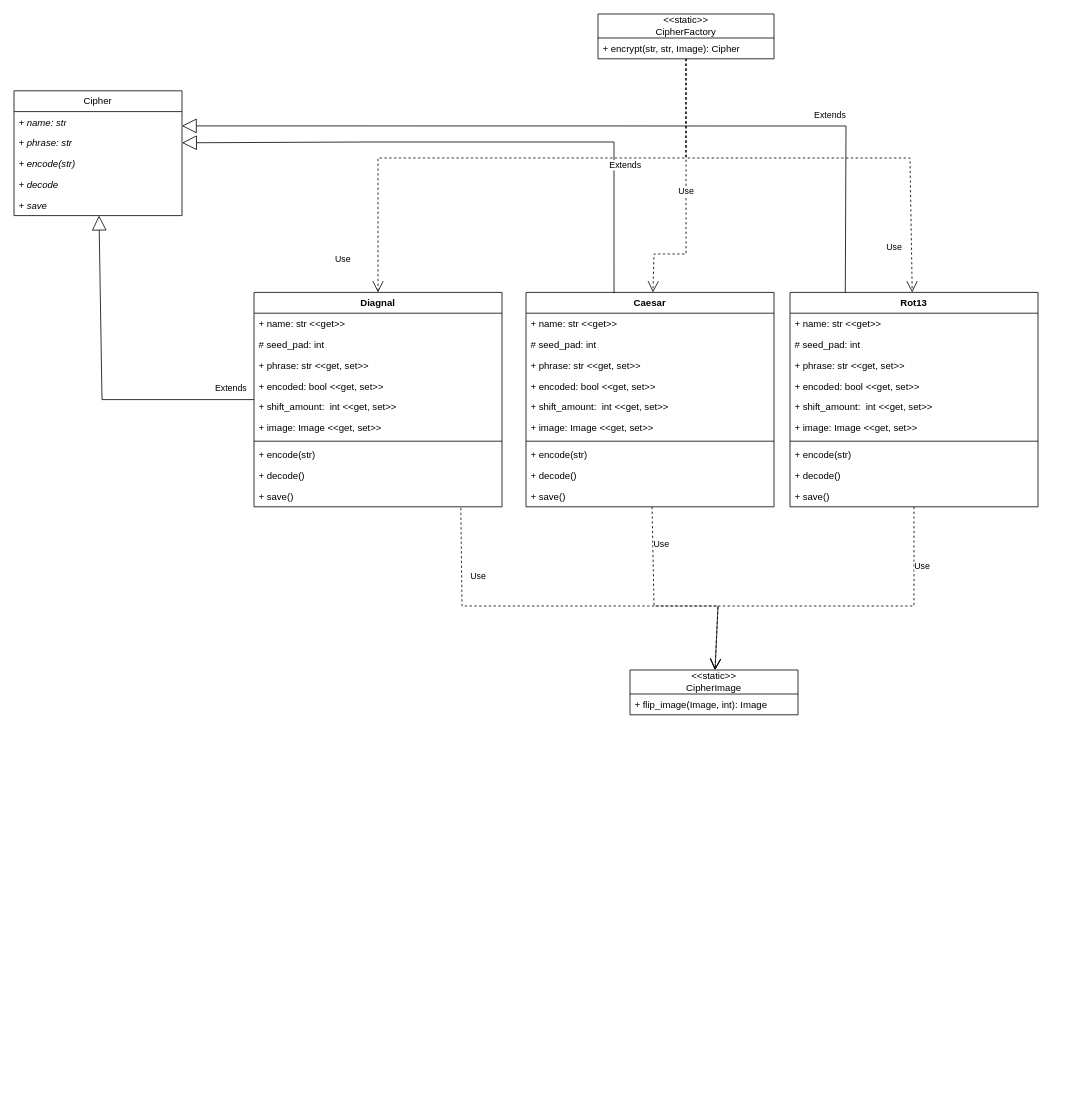
Before: Uml.drawio in jessebabcock/cryptogram, a draw.io diagram. Source tidied: cells renumbered, new cells numbered last; positions are measured from the earlier drawing's top-left corner, leaving out a move shared by most shapes. Both pictures are drawn from the tidied source at 80%, with x=0, y=0 at pixel (14, 14).
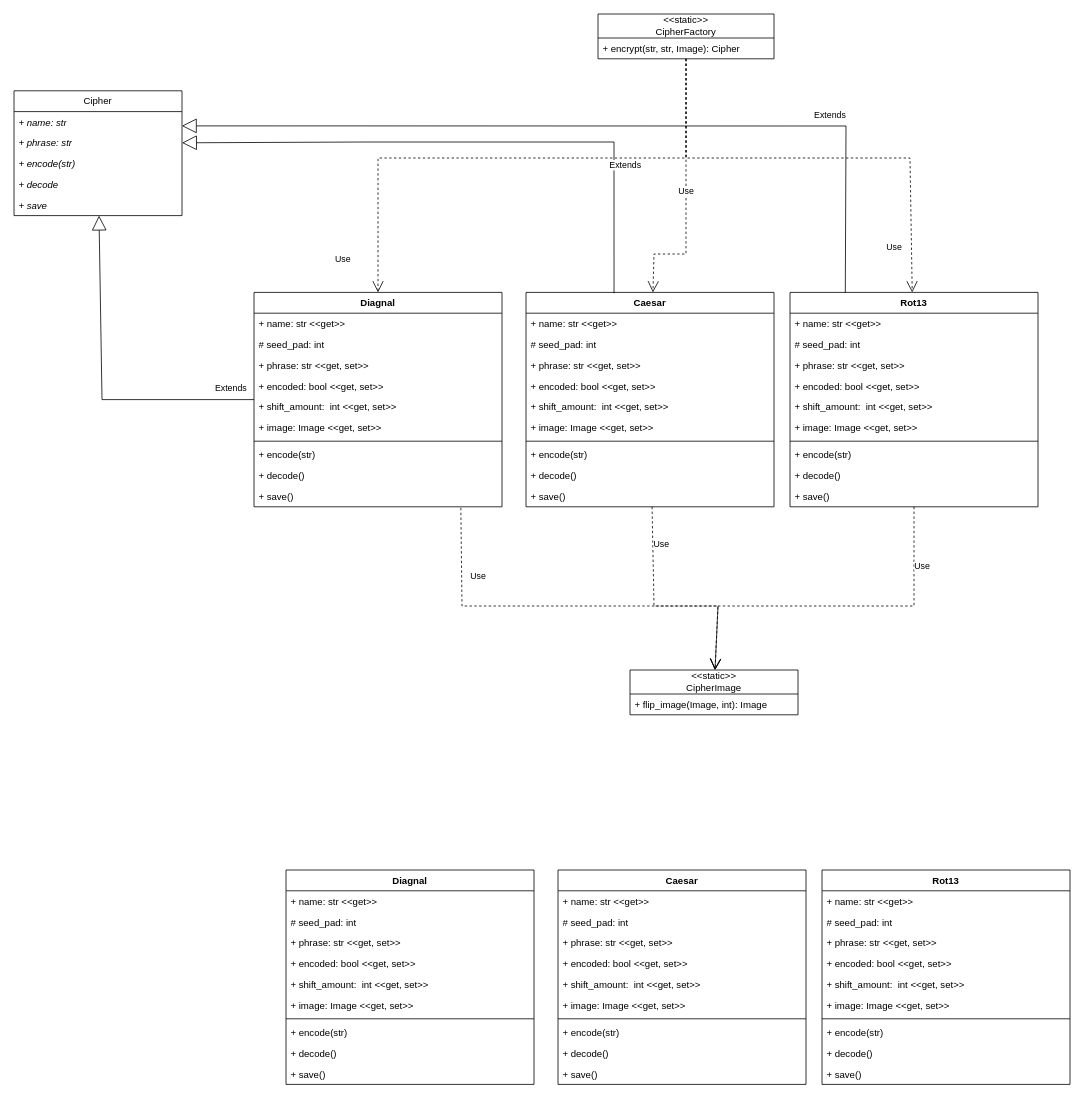
The same diagram, later.

The edit, as a diff of the source:
```diff
@@
+    <mxCell id="54" value="Rot13" style="swimlane;fontStyle=1;align=center;verticalAlign=top;horizontal=1;startSize=26;whiteSpace=wrap;html=1;" parent="1" vertex="1">
+      <mxGeometry x="1010" y="1070" width="310" height="268" as="geometry" />
+    </mxCell>
+    <mxCell id="55" value="+ name: str &amp;lt;&amp;lt;get&amp;gt;&amp;gt;" style="text;strokeColor=none;fillColor=none;align=left;verticalAlign=top;spacingLeft=4;spacingRight=4;overflow=hidden;whiteSpace=wrap;html=1;" parent="54" vertex="1">
+      <mxGeometry y="26" width="310" height="26" as="geometry" />
+    </mxCell>
+    <mxCell id="56" value="# seed_pad: int" style="text;strokeColor=none;fillColor=none;align=left;verticalAlign=top;spacingLeft=4;spacingRight=4;overflow=hidden;whiteSpace=wrap;html=1;" parent="54" vertex="1">
+      <mxGeometry y="52" width="310" height="26" as="geometry" />
+    </mxCell>
+    <mxCell id="57" value="+ phrase: str &amp;lt;&amp;lt;get, set&amp;gt;&amp;gt;" style="text;strokeColor=none;fillColor=none;align=left;verticalAlign=top;spacingLeft=4;spacingRight=4;overflow=hidden;whiteSpace=wrap;html=1;" parent="54" vertex="1">
+      <mxGeometry y="78" width="310" height="26" as="geometry" />
+    </mxCell>
+    <mxCell id="58" value="+ encoded: bool &amp;lt;&amp;lt;get, set&amp;gt;&amp;gt;" style="text;strokeColor=none;fillColor=none;align=left;verticalAlign=top;spacingLeft=4;spacingRight=4;overflow=hidden;whiteSpace=wrap;html=1;" parent="54" vertex="1">
+      <mxGeometry y="104" width="310" height="26" as="geometry" />
+    </mxCell>
+    <mxCell id="59" value="+ shift_amount:&amp;nbsp; int &amp;lt;&amp;lt;get, set&amp;gt;&amp;gt;" style="text;strokeColor=none;fillColor=none;align=left;verticalAlign=top;spacingLeft=4;spacingRight=4;overflow=hidden;whiteSpace=wrap;html=1;" parent="54" vertex="1">
+      <mxGeometry y="130" width="310" height="26" as="geometry" />
+    </mxCell>
+    <mxCell id="60" value="+ image: Image &amp;lt;&amp;lt;get, set&amp;gt;&amp;gt;" style="text;strokeColor=none;fillColor=none;align=left;verticalAlign=top;spacingLeft=4;spacingRight=4;overflow=hidden;whiteSpace=wrap;html=1;" parent="54" vertex="1">
+      <mxGeometry y="156" width="310" height="26" as="geometry" />
+    </mxCell>
+    <mxCell id="61" style="line;strokeWidth=1;fillColor=none;align=left;verticalAlign=middle;spacingTop=-1;spacingLeft=3;spacingRight=3;labelPosition=right;strokeColor=inherit;" parent="54" vertex="1">
+      <mxGeometry y="182" width="310" height="8" as="geometry" />
+    </mxCell>
+    <mxCell id="62" value="+ encode(str)" style="text;strokeColor=none;fillColor=none;align=left;verticalAlign=top;spacingLeft=4;spacingRight=4;overflow=hidden;whiteSpace=wrap;html=1;" parent="54" vertex="1">
+      <mxGeometry y="190" width="310" height="26" as="geometry" />
+    </mxCell>
+    <mxCell id="63" value="+ decode()" style="text;strokeColor=none;fillColor=none;align=left;verticalAlign=top;spacingLeft=4;spacingRight=4;overflow=hidden;whiteSpace=wrap;html=1;" parent="54" vertex="1">
+      <mxGeometry y="216" width="310" height="26" as="geometry" />
+    </mxCell>
+    <mxCell id="64" value="+ save()" style="text;strokeColor=none;fillColor=none;align=left;verticalAlign=top;spacingLeft=4;spacingRight=4;overflow=hidden;whiteSpace=wrap;html=1;" parent="54" vertex="1">
+      <mxGeometry y="242" width="310" height="26" as="geometry" />
+    </mxCell>
+    <mxCell id="65" value="Caesar" style="swimlane;fontStyle=1;align=center;verticalAlign=top;horizontal=1;startSize=26;whiteSpace=wrap;html=1;" parent="1" vertex="1">
+      <mxGeometry x="680" y="1070" width="310" height="268" as="geometry" />
+    </mxCell>
+    <mxCell id="66" value="+ name: str &amp;lt;&amp;lt;get&amp;gt;&amp;gt;" style="text;strokeColor=none;fillColor=none;align=left;verticalAlign=top;spacingLeft=4;spacingRight=4;overflow=hidden;whiteSpace=wrap;html=1;" parent="65" vertex="1">
+      <mxGeometry y="26" width="310" height="26" as="geometry" />
+    </mxCell>
+    <mxCell id="67" value="# seed_pad: int" style="text;strokeColor=none;fillColor=none;align=left;verticalAlign=top;spacingLeft=4;spacingRight=4;overflow=hidden;whiteSpace=wrap;html=1;" parent="65" vertex="1">
+      <mxGeometry y="52" width="310" height="26" as="geometry" />
+    </mxCell>
+    <mxCell id="68" value="+ phrase: str &amp;lt;&amp;lt;get, set&amp;gt;&amp;gt;" style="text;strokeColor=none;fillColor=none;align=left;verticalAlign=top;spacingLeft=4;spacingRight=4;overflow=hidden;whiteSpace=wrap;html=1;" parent="65" vertex="1">
+      <mxGeometry y="78" width="310" height="26" as="geometry" />
+    </mxCell>
+    <mxCell id="69" value="+ encoded: bool &amp;lt;&amp;lt;get, set&amp;gt;&amp;gt;" style="text;strokeColor=none;fillColor=none;align=left;verticalAlign=top;spacingLeft=4;spacingRight=4;overflow=hidden;whiteSpace=wrap;html=1;" parent="65" vertex="1">
+      <mxGeometry y="104" width="310" height="26" as="geometry" />
+    </mxCell>
+    <mxCell id="70" value="+ shift_amount:&amp;nbsp; int &amp;lt;&amp;lt;get, set&amp;gt;&amp;gt;" style="text;strokeColor=none;fillColor=none;align=left;verticalAlign=top;spacingLeft=4;spacingRight=4;overflow=hidden;whiteSpace=wrap;html=1;" parent="65" vertex="1">
+      <mxGeometry y="130" width="310" height="26" as="geometry" />
+    </mxCell>
+    <mxCell id="71" value="+ image: Image &amp;lt;&amp;lt;get, set&amp;gt;&amp;gt;" style="text;strokeColor=none;fillColor=none;align=left;verticalAlign=top;spacingLeft=4;spacingRight=4;overflow=hidden;whiteSpace=wrap;html=1;" parent="65" vertex="1">
+      <mxGeometry y="156" width="310" height="26" as="geometry" />
+    </mxCell>
+    <mxCell id="72" style="line;strokeWidth=1;fillColor=none;align=left;verticalAlign=middle;spacingTop=-1;spacingLeft=3;spacingRight=3;labelPosition=right;strokeColor=inherit;" parent="65" vertex="1">
+      <mxGeometry y="182" width="310" height="8" as="geometry" />
+    </mxCell>
+    <mxCell id="73" value="+ encode(str)" style="text;strokeColor=none;fillColor=none;align=left;verticalAlign=top;spacingLeft=4;spacingRight=4;overflow=hidden;whiteSpace=wrap;html=1;" parent="65" vertex="1">
+      <mxGeometry y="190" width="310" height="26" as="geometry" />
+    </mxCell>
+    <mxCell id="74" value="+ decode()" style="text;strokeColor=none;fillColor=none;align=left;verticalAlign=top;spacingLeft=4;spacingRight=4;overflow=hidden;whiteSpace=wrap;html=1;" parent="65" vertex="1">
+      <mxGeometry y="216" width="310" height="26" as="geometry" />
+    </mxCell>
+    <mxCell id="75" value="+ save()" style="text;strokeColor=none;fillColor=none;align=left;verticalAlign=top;spacingLeft=4;spacingRight=4;overflow=hidden;whiteSpace=wrap;html=1;" parent="65" vertex="1">
+      <mxGeometry y="242" width="310" height="26" as="geometry" />
+    </mxCell>
+    <mxCell id="76" value="Diagnal" style="swimlane;fontStyle=1;align=center;verticalAlign=top;horizontal=1;startSize=26;whiteSpace=wrap;html=1;" parent="1" vertex="1">
+      <mxGeometry x="340" y="1070" width="310" height="268" as="geometry" />
+    </mxCell>
+    <mxCell id="77" value="+ name: str &amp;lt;&amp;lt;get&amp;gt;&amp;gt;" style="text;strokeColor=none;fillColor=none;align=left;verticalAlign=top;spacingLeft=4;spacingRight=4;overflow=hidden;whiteSpace=wrap;html=1;" parent="76" vertex="1">
+      <mxGeometry y="26" width="310" height="26" as="geometry" />
+    </mxCell>
+    <mxCell id="78" value="# seed_pad: int" style="text;strokeColor=none;fillColor=none;align=left;verticalAlign=top;spacingLeft=4;spacingRight=4;overflow=hidden;whiteSpace=wrap;html=1;" parent="76" vertex="1">
+      <mxGeometry y="52" width="310" height="26" as="geometry" />
+    </mxCell>
+    <mxCell id="79" value="+ phrase: str &amp;lt;&amp;lt;get, set&amp;gt;&amp;gt;" style="text;strokeColor=none;fillColor=none;align=left;verticalAlign=top;spacingLeft=4;spacingRight=4;overflow=hidden;whiteSpace=wrap;html=1;" parent="76" vertex="1">
+      <mxGeometry y="78" width="310" height="26" as="geometry" />
+    </mxCell>
+    <mxCell id="80" value="+ encoded: bool &amp;lt;&amp;lt;get, set&amp;gt;&amp;gt;" style="text;strokeColor=none;fillColor=none;align=left;verticalAlign=top;spacingLeft=4;spacingRight=4;overflow=hidden;whiteSpace=wrap;html=1;" parent="76" vertex="1">
+      <mxGeometry y="104" width="310" height="26" as="geometry" />
+    </mxCell>
+    <mxCell id="81" value="+ shift_amount:&amp;nbsp; int &amp;lt;&amp;lt;get, set&amp;gt;&amp;gt;" style="text;strokeColor=none;fillColor=none;align=left;verticalAlign=top;spacingLeft=4;spacingRight=4;overflow=hidden;whiteSpace=wrap;html=1;" parent="76" vertex="1">
+      <mxGeometry y="130" width="310" height="26" as="geometry" />
+    </mxCell>
+    <mxCell id="82" value="+ image: Image &amp;lt;&amp;lt;get, set&amp;gt;&amp;gt;" style="text;strokeColor=none;fillColor=none;align=left;verticalAlign=top;spacingLeft=4;spacingRight=4;overflow=hidden;whiteSpace=wrap;html=1;" parent="76" vertex="1">
+      <mxGeometry y="156" width="310" height="26" as="geometry" />
+    </mxCell>
+    <mxCell id="83" style="line;strokeWidth=1;fillColor=none;align=left;verticalAlign=middle;spacingTop=-1;spacingLeft=3;spacingRight=3;labelPosition=right;strokeColor=inherit;" parent="76" vertex="1">
+      <mxGeometry y="182" width="310" height="8" as="geometry" />
+    </mxCell>
+    <mxCell id="84" value="+ encode(str)" style="text;strokeColor=none;fillColor=none;align=left;verticalAlign=top;spacingLeft=4;spacingRight=4;overflow=hidden;whiteSpace=wrap;html=1;" parent="76" vertex="1">
+      <mxGeometry y="190" width="310" height="26" as="geometry" />
+    </mxCell>
+    <mxCell id="85" value="+ decode()" style="text;strokeColor=none;fillColor=none;align=left;verticalAlign=top;spacingLeft=4;spacingRight=4;overflow=hidden;whiteSpace=wrap;html=1;" parent="76" vertex="1">
+      <mxGeometry y="216" width="310" height="26" as="geometry" />
+    </mxCell>
+    <mxCell id="86" value="+ save()" style="text;strokeColor=none;fillColor=none;align=left;verticalAlign=top;spacingLeft=4;spacingRight=4;overflow=hidden;whiteSpace=wrap;html=1;" parent="76" vertex="1">
+      <mxGeometry y="242" width="310" height="26" as="geometry" />
+    </mxCell>
```
